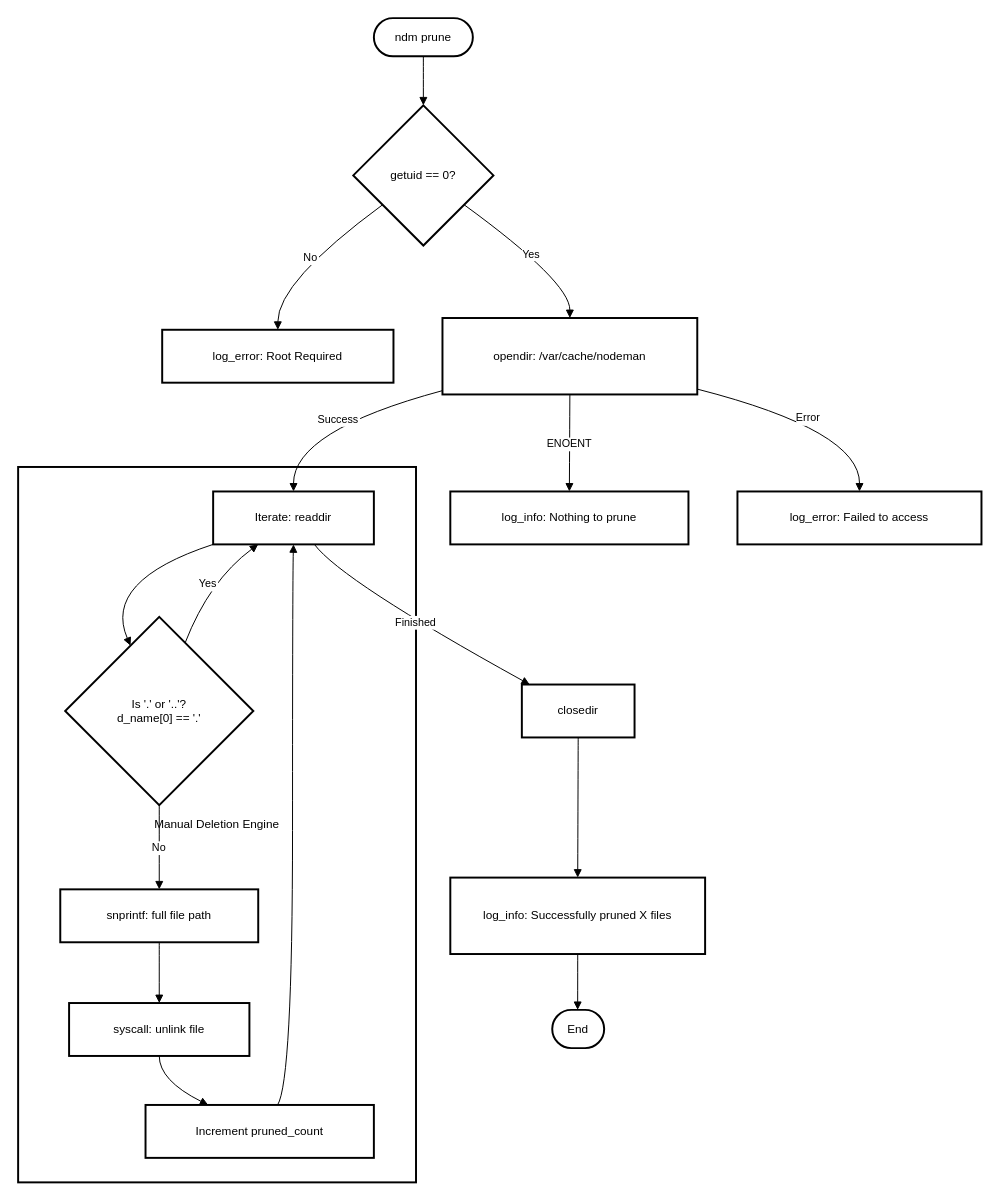
Earlier version of the draw.io diagram design/prune.drawio (daniwebdevid/nodeman). Source tidied: cells renumbered, new cells numbered last; positions are measured from the earlier drawing's top-left corner, leaving out a move shared by most shapes. Both pictures are drawn from the tidied source at 98%, with x=0, y=0 at pixel (18, 18).
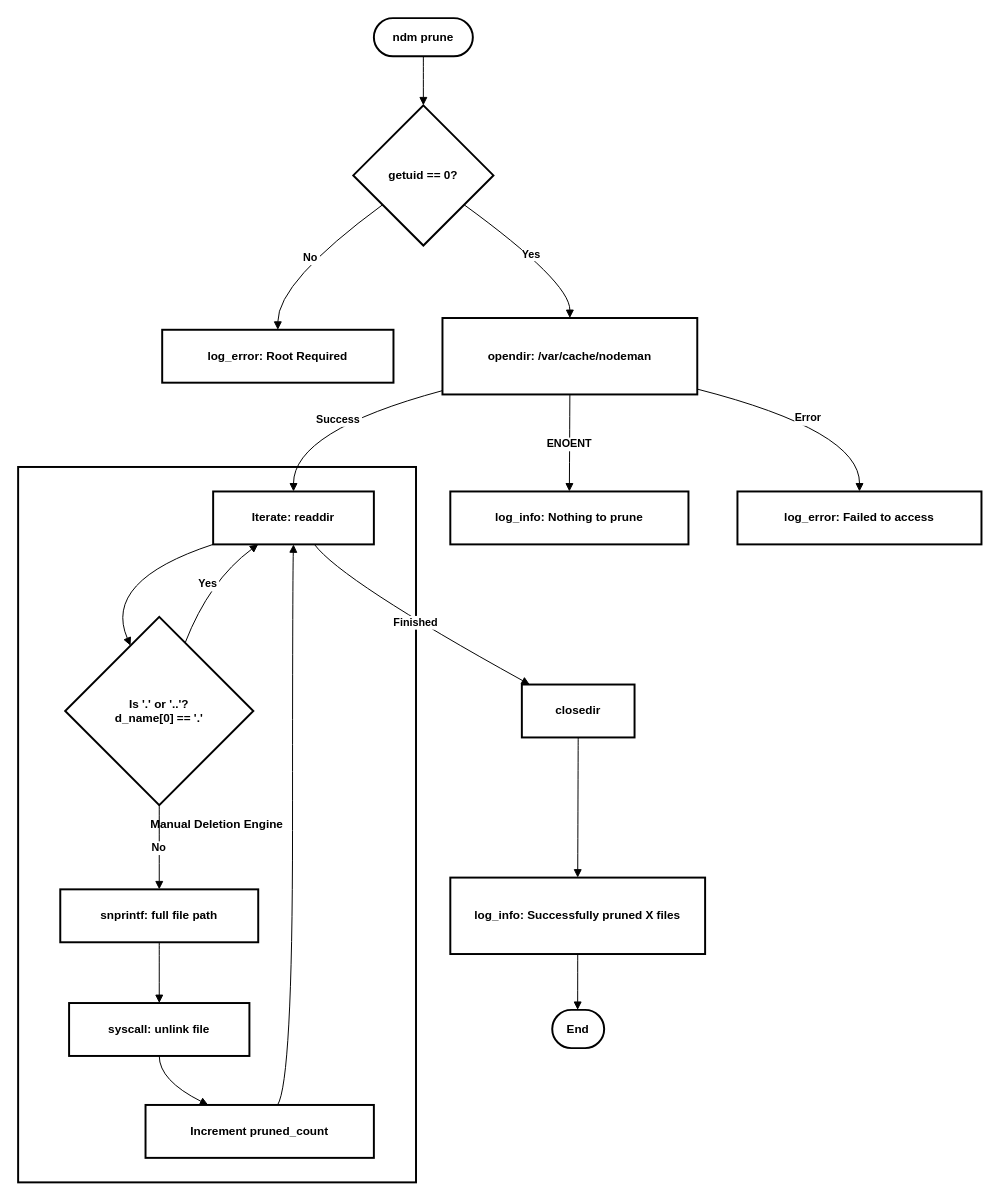
The same diagram, later.

Change to the diagram source:
```diff
@@
-    <mxCell id="2" value="Manual Deletion Engine" style="whiteSpace=wrap;strokeWidth=2;" parent="1" vertex="1">
+    <mxCell id="2" value="Manual Deletion Engine" style="whiteSpace=wrap;strokeWidth=2;fontStyle=1;" parent="1" vertex="1">
       <mxGeometry y="458" width="406" height="730" as="geometry" />
     </mxCell>
-    <mxCell id="3" value="ndm prune" style="rounded=1;whiteSpace=wrap;arcSize=50;strokeWidth=2;" parent="1" vertex="1">
+    <mxCell id="3" value="ndm prune" style="rounded=1;whiteSpace=wrap;arcSize=50;strokeWidth=2;fontStyle=1;" parent="1" vertex="1">
       <mxGeometry x="363" width="101" height="39" as="geometry" />
     </mxCell>
-    <mxCell id="4" value="getuid == 0?" style="rhombus;strokeWidth=2;whiteSpace=wrap;" parent="1" vertex="1">
+    <mxCell id="4" value="getuid == 0?" style="rhombus;strokeWidth=2;whiteSpace=wrap;fontStyle=1;" parent="1" vertex="1">
       <mxGeometry x="342" y="89" width="143" height="143" as="geometry" />
     </mxCell>
-    <mxCell id="5" value="log_error: Root Required" style="whiteSpace=wrap;strokeWidth=2;" parent="1" vertex="1">
+    <mxCell id="5" value="log_error: Root Required" style="whiteSpace=wrap;strokeWidth=2;fontStyle=1;" parent="1" vertex="1">
       <mxGeometry x="147" y="318" width="236" height="54" as="geometry" />
     </mxCell>
-    <mxCell id="6" value="opendir: /var/cache/nodeman" style="whiteSpace=wrap;strokeWidth=2;" parent="1" vertex="1">
+    <mxCell id="6" value="opendir: /var/cache/nodeman" style="whiteSpace=wrap;strokeWidth=2;fontStyle=1;" parent="1" vertex="1">
       <mxGeometry x="433" y="306" width="260" height="78" as="geometry" />
     </mxCell>
-    <mxCell id="7" value="log_info: Nothing to prune" style="whiteSpace=wrap;strokeWidth=2;" parent="1" vertex="1">
+    <mxCell id="7" value="log_info: Nothing to prune" style="whiteSpace=wrap;strokeWidth=2;fontStyle=1;" parent="1" vertex="1">
       <mxGeometry x="441" y="483" width="243" height="54" as="geometry" />
     </mxCell>
-    <mxCell id="8" value="log_error: Failed to access" style="whiteSpace=wrap;strokeWidth=2;" parent="1" vertex="1">
+    <mxCell id="8" value="log_error: Failed to access" style="whiteSpace=wrap;strokeWidth=2;fontStyle=1;" parent="1" vertex="1">
       <mxGeometry x="734" y="483" width="249" height="54" as="geometry" />
     </mxCell>
-    <mxCell id="9" value="Iterate: readdir" style="whiteSpace=wrap;strokeWidth=2;" parent="1" vertex="1">
+    <mxCell id="9" value="Iterate: readdir" style="whiteSpace=wrap;strokeWidth=2;fontStyle=1;" parent="1" vertex="1">
       <mxGeometry x="199" y="483" width="164" height="54" as="geometry" />
     </mxCell>
-    <mxCell id="10" value="Is '.' or '..'? &#10; d_name[0] == '.'" style="rhombus;strokeWidth=2;whiteSpace=wrap;" parent="1" vertex="1">
+    <mxCell id="10" value="Is '.' or '..'? &#10; d_name[0] == '.'" style="rhombus;strokeWidth=2;whiteSpace=wrap;fontStyle=1;" parent="1" vertex="1">
       <mxGeometry x="48" y="611" width="192" height="192" as="geometry" />
     </mxCell>
-    <mxCell id="11" value="snprintf: full file path" style="whiteSpace=wrap;strokeWidth=2;" parent="1" vertex="1">
+    <mxCell id="11" value="snprintf: full file path" style="whiteSpace=wrap;strokeWidth=2;fontStyle=1;" parent="1" vertex="1">
       <mxGeometry x="43" y="889" width="202" height="54" as="geometry" />
     </mxCell>
-    <mxCell id="12" value="syscall: unlink file" style="whiteSpace=wrap;strokeWidth=2;" parent="1" vertex="1">
+    <mxCell id="12" value="syscall: unlink file" style="whiteSpace=wrap;strokeWidth=2;fontStyle=1;" parent="1" vertex="1">
       <mxGeometry x="52" y="1005" width="184" height="54" as="geometry" />
     </mxCell>
-    <mxCell id="13" value="Increment pruned_count" style="whiteSpace=wrap;strokeWidth=2;" parent="1" vertex="1">
+    <mxCell id="13" value="Increment pruned_count" style="whiteSpace=wrap;strokeWidth=2;fontStyle=1;" parent="1" vertex="1">
       <mxGeometry x="130" y="1109" width="233" height="54" as="geometry" />
     </mxCell>
-    <mxCell id="14" value="closedir" style="whiteSpace=wrap;strokeWidth=2;" parent="1" vertex="1">
+    <mxCell id="14" value="closedir" style="whiteSpace=wrap;strokeWidth=2;fontStyle=1;" parent="1" vertex="1">
       <mxGeometry x="514" y="680" width="115" height="54" as="geometry" />
     </mxCell>
-    <mxCell id="15" value="log_info: Successfully pruned X files" style="whiteSpace=wrap;strokeWidth=2;" parent="1" vertex="1">
+    <mxCell id="15" value="log_info: Successfully pruned X files" style="whiteSpace=wrap;strokeWidth=2;fontStyle=1;" parent="1" vertex="1">
       <mxGeometry x="441" y="877" width="260" height="78" as="geometry" />
     </mxCell>
-    <mxCell id="16" value="End" style="rounded=1;whiteSpace=wrap;arcSize=50;strokeWidth=2;" parent="1" vertex="1">
+    <mxCell id="16" value="End" style="rounded=1;whiteSpace=wrap;arcSize=50;strokeWidth=2;fontStyle=1;" parent="1" vertex="1">
       <mxGeometry x="545" y="1012" width="53" height="39" as="geometry" />
     </mxCell>
-    <mxCell id="17" style="curved=1;startArrow=none;endArrow=block;exitX=0.5;exitY=1;entryX=0.5;entryY=0;rounded=0;" parent="1" edge="1" source="3" target="4">
+    <mxCell id="17" style="curved=1;startArrow=none;endArrow=block;exitX=0.5;exitY=1;entryX=0.5;entryY=0;rounded=0;fontStyle=1;" parent="1" edge="1" source="3" target="4">
       <mxGeometry relative="1" as="geometry" />
     </mxCell>
-    <mxCell id="18" value="No" style="curved=1;startArrow=none;endArrow=block;exitX=0;exitY=0.86;entryX=0.5;entryY=0;rounded=0;" parent="1" edge="1" source="4" target="5">
+    <mxCell id="18" value="No" style="curved=1;startArrow=none;endArrow=block;exitX=0;exitY=0.86;entryX=0.5;entryY=0;rounded=0;fontStyle=1;" parent="1" edge="1" source="4" target="5">
       <mxGeometry relative="1" as="geometry">
         <Array as="points">
           <mxPoint x="265" y="269" />
         </Array>
       </mxGeometry>
     </mxCell>
-    <mxCell id="19" value="Yes" style="curved=1;startArrow=none;endArrow=block;exitX=1;exitY=0.86;entryX=0.5;entryY=0;rounded=0;" parent="1" edge="1" source="4" target="6">
+    <mxCell id="19" value="Yes" style="curved=1;startArrow=none;endArrow=block;exitX=1;exitY=0.86;entryX=0.5;entryY=0;rounded=0;fontStyle=1;" parent="1" edge="1" source="4" target="6">
       <mxGeometry relative="1" as="geometry">
         <Array as="points">
           <mxPoint x="563" y="269" />
         </Array>
       </mxGeometry>
     </mxCell>
-    <mxCell id="20" value="ENOENT" style="curved=1;startArrow=none;endArrow=block;exitX=0.5;exitY=1;entryX=0.5;entryY=0;rounded=0;" parent="1" edge="1" source="6" target="7">
+    <mxCell id="20" value="ENOENT" style="curved=1;startArrow=none;endArrow=block;exitX=0.5;exitY=1;entryX=0.5;entryY=0;rounded=0;fontStyle=1;" parent="1" edge="1" source="6" target="7">
       <mxGeometry relative="1" as="geometry" />
     </mxCell>
-    <mxCell id="21" value="Error" style="curved=1;startArrow=none;endArrow=block;exitX=1;exitY=0.93;entryX=0.5;entryY=0;rounded=0;" parent="1" edge="1" source="6" target="8">
+    <mxCell id="21" value="Error" style="curved=1;startArrow=none;endArrow=block;exitX=1;exitY=0.93;entryX=0.5;entryY=0;rounded=0;fontStyle=1;" parent="1" edge="1" source="6" target="8">
       <mxGeometry relative="1" as="geometry">
         <Array as="points">
           <mxPoint x="859" y="421" />
         </Array>
       </mxGeometry>
     </mxCell>
-    <mxCell id="22" value="Success" style="curved=1;startArrow=none;endArrow=block;exitX=0;exitY=0.95;entryX=0.5;entryY=0;rounded=0;" parent="1" edge="1" source="6" target="9">
+    <mxCell id="22" value="Success" style="curved=1;startArrow=none;endArrow=block;exitX=0;exitY=0.95;entryX=0.5;entryY=0;rounded=0;fontStyle=1;" parent="1" edge="1" source="6" target="9">
       <mxGeometry relative="1" as="geometry">
         <Array as="points">
           <mxPoint x="281" y="421" />
         </Array>
       </mxGeometry>
     </mxCell>
-    <mxCell id="23" style="curved=1;startArrow=none;endArrow=block;exitX=0;exitY=1;entryX=0.28;entryY=0;rounded=0;" parent="1" edge="1" source="9" target="10">
+    <mxCell id="23" style="curved=1;startArrow=none;endArrow=block;exitX=0;exitY=1;entryX=0.28;entryY=0;rounded=0;fontStyle=1;" parent="1" edge="1" source="9" target="10">
       <mxGeometry relative="1" as="geometry">
         <Array as="points">
           <mxPoint x="86" y="574" />
         </Array>
       </mxGeometry>
     </mxCell>
-    <mxCell id="24" value="Yes" style="curved=1;startArrow=none;endArrow=block;exitX=0.69;exitY=0;entryX=0.28;entryY=1;rounded=0;" parent="1" edge="1" source="10" target="9">
+    <mxCell id="24" value="Yes" style="curved=1;startArrow=none;endArrow=block;exitX=0.69;exitY=0;entryX=0.28;entryY=1;rounded=0;fontStyle=1;" parent="1" edge="1" source="10" target="9">
       <mxGeometry relative="1" as="geometry">
         <Array as="points">
           <mxPoint x="195" y="574" />
         </Array>
       </mxGeometry>
     </mxCell>
-    <mxCell id="25" value="No" style="curved=1;startArrow=none;endArrow=block;exitX=0.5;exitY=1;entryX=0.5;entryY=-0.01;rounded=0;" parent="1" edge="1" source="10" target="11">
+    <mxCell id="25" value="No" style="curved=1;startArrow=none;endArrow=block;exitX=0.5;exitY=1;entryX=0.5;entryY=-0.01;rounded=0;fontStyle=1;" parent="1" edge="1" source="10" target="11">
       <mxGeometry relative="1" as="geometry" />
     </mxCell>
-    <mxCell id="26" style="curved=1;startArrow=none;endArrow=block;exitX=0.5;exitY=0.99;entryX=0.5;entryY=-0.01;rounded=0;" parent="1" edge="1" source="11" target="12">
+    <mxCell id="26" style="curved=1;startArrow=none;endArrow=block;exitX=0.5;exitY=0.99;entryX=0.5;entryY=-0.01;rounded=0;fontStyle=1;" parent="1" edge="1" source="11" target="12">
       <mxGeometry relative="1" as="geometry" />
     </mxCell>
-    <mxCell id="27" style="curved=1;startArrow=none;endArrow=block;exitX=0.5;exitY=0.99;entryX=0.27;entryY=-0.01;rounded=0;" parent="1" edge="1" source="12" target="13">
+    <mxCell id="27" style="curved=1;startArrow=none;endArrow=block;exitX=0.5;exitY=0.99;entryX=0.27;entryY=-0.01;rounded=0;fontStyle=1;" parent="1" edge="1" source="12" target="13">
       <mxGeometry relative="1" as="geometry">
         <Array as="points">
           <mxPoint x="144" y="1084" />
         </Array>
       </mxGeometry>
     </mxCell>
-    <mxCell id="28" style="curved=1;startArrow=none;endArrow=block;exitX=0.58;exitY=-0.01;entryX=0.5;entryY=1;rounded=0;" parent="1" edge="1" source="13" target="9">
+    <mxCell id="28" style="curved=1;startArrow=none;endArrow=block;exitX=0.58;exitY=-0.01;entryX=0.5;entryY=1;rounded=0;fontStyle=1;" parent="1" edge="1" source="13" target="9">
       <mxGeometry relative="1" as="geometry">
         <Array as="points">
           <mxPoint x="280" y="1084" />
           <mxPoint x="280" y="574" />
         </Array>
       </mxGeometry>
     </mxCell>
-    <mxCell id="29" value="Finished" style="curved=1;startArrow=none;endArrow=block;exitX=0.63;exitY=1;entryX=0.07;entryY=0;rounded=0;" parent="1" edge="1" source="9" target="14">
+    <mxCell id="29" value="Finished" style="curved=1;startArrow=none;endArrow=block;exitX=0.63;exitY=1;entryX=0.07;entryY=0;rounded=0;fontStyle=1;" parent="1" edge="1" source="9" target="14">
       <mxGeometry relative="1" as="geometry">
         <Array as="points">
           <mxPoint x="330" y="574" />
         </Array>
       </mxGeometry>
     </mxCell>
-    <mxCell id="30" style="curved=1;startArrow=none;endArrow=block;exitX=0.5;exitY=1;entryX=0.5;entryY=0;rounded=0;" parent="1" edge="1" source="14" target="15">
+    <mxCell id="30" style="curved=1;startArrow=none;endArrow=block;exitX=0.5;exitY=1;entryX=0.5;entryY=0;rounded=0;fontStyle=1;" parent="1" edge="1" source="14" target="15">
       <mxGeometry relative="1" as="geometry" />
     </mxCell>
-    <mxCell id="31" style="curved=1;startArrow=none;endArrow=block;exitX=0.5;exitY=1;entryX=0.49;entryY=0.01;rounded=0;" parent="1" edge="1" source="15" target="16">
+    <mxCell id="31" style="curved=1;startArrow=none;endArrow=block;exitX=0.5;exitY=1;entryX=0.49;entryY=0.01;rounded=0;fontStyle=1;" parent="1" edge="1" source="15" target="16">
       <mxGeometry relative="1" as="geometry" />
     </mxCell>
```
